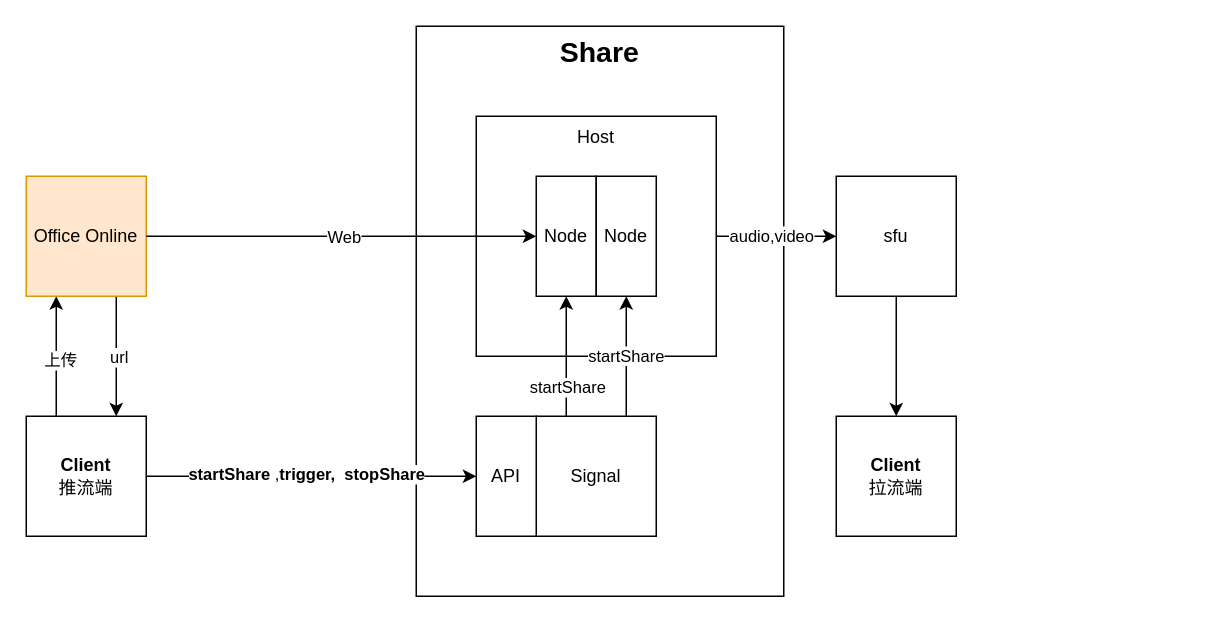
Earlier version of the draw.io diagram page "Page-6" (6 of 6) of Diagram3.drawio (craterone/imgs). Source tidied: cells renumbered, new cells numbered last; positions are measured from the earlier drawing's top-left corner, leaving out a move shared by most shapes. Both pictures are drawn from the tidied source at 150%, with x=0, y=0 at pixel (26, 26).
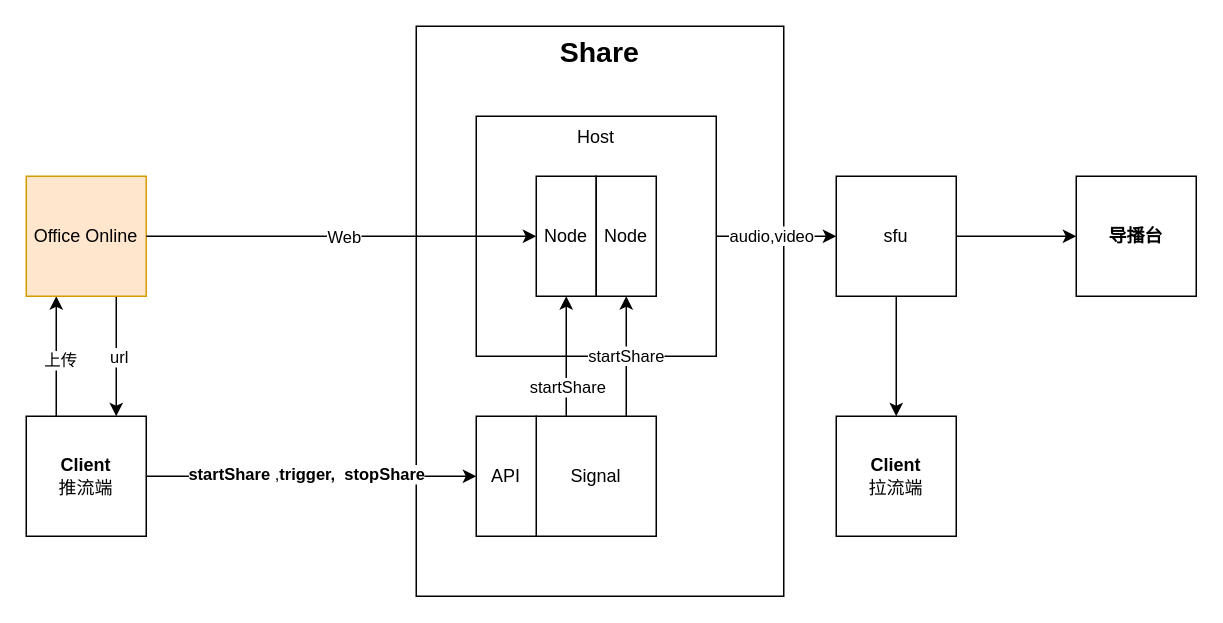
The same diagram, later.

The change refers to these unchanged cells:
```xml
<mxCell id="14" value="sfu" style="whiteSpace=wrap;html=1;" parent="1" vertex="1">
  <mxGeometry x="540" y="100" width="80" height="80" as="geometry" />
</mxCell>
```

Diff of the diagram source:
```diff
@@
+    <mxCell id="26" style="edgeStyle=orthogonalEdgeStyle;rounded=0;jettySize=auto;html=1;entryX=0;entryY=0.5;entryDx=0;entryDy=0;" parent="1" edge="1" source="14" target="27">
+      <mxGeometry relative="1" as="geometry" />
+    </mxCell>
@@
+    <mxCell id="27" value="&lt;b&gt;导播台&lt;/b&gt;" style="rounded=0;whiteSpace=wrap;html=1;" parent="1" vertex="1">
+      <mxGeometry x="700" y="100" width="80" height="80" as="geometry" />
+    </mxCell>
```
